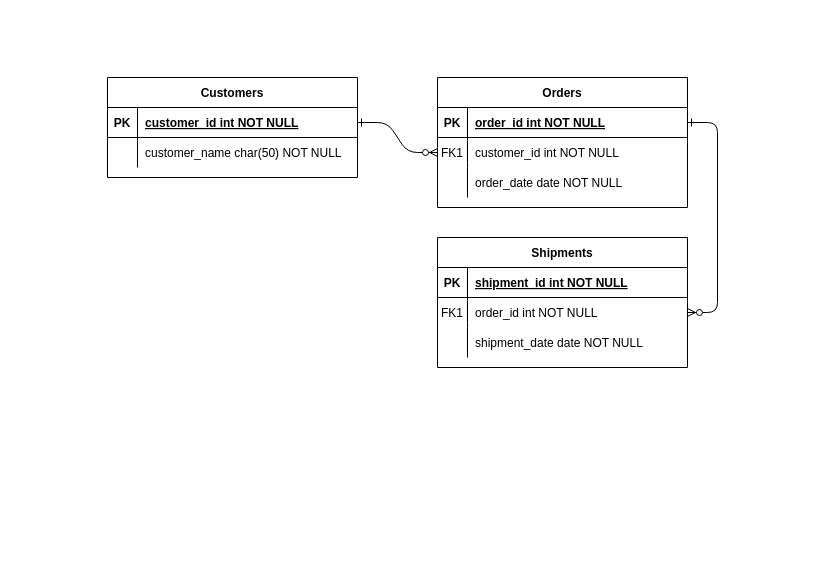
This is Untitled Diagram.drawio from mzahidh/LatihanGit, a draw.io file, before an edit. Source tidied: cells renumbered, new cells numbered last; positions are measured from the earlier drawing's top-left corner, leaving out a move shared by most shapes. Both pictures are drawn from the tidied source at 100%, with x=0, y=0 at pixel (107, 77).
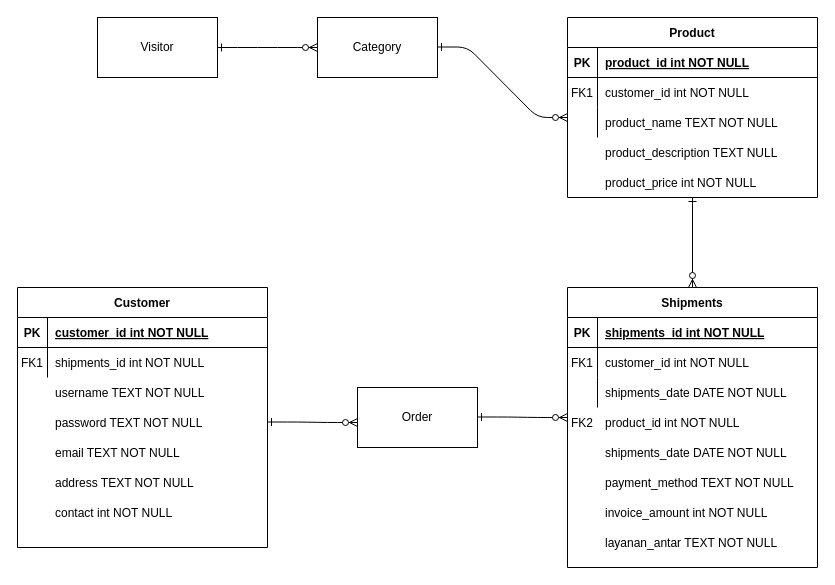
After the change.

The change refers to these unchanged cells:
```xml
<mxCell id="5" style="shape=partialRectangle;fillColor=none;points=[[0,0.5],[1,0.5]];portConstraint=eastwest;top=0;left=0;right=0;bottom=1;" parent="4" vertex="1">
  <mxGeometry y="30" width="250" height="30" as="geometry" />
</mxCell>
<mxCell id="8" style="shape=partialRectangle;fillColor=none;points=[[0,0.5],[1,0.5]];portConstraint=eastwest;top=0;left=0;right=0;bottom=0;" parent="4" vertex="1">
  <mxGeometry y="60" width="250" height="30" as="geometry" />
</mxCell>
<mxCell id="11" style="shape=partialRectangle;fillColor=none;top=0;left=0;right=0;bottom=0;" parent="4" vertex="1">
  <mxGeometry y="90" width="250" height="30" as="geometry" />
</mxCell>
<mxCell id="15" style="shape=partialRectangle;fillColor=none;top=0;left=0;right=0;bottom=1;" parent="14" vertex="1">
  <mxGeometry y="30" width="250" height="30" as="geometry" />
</mxCell>
<mxCell id="18" style="shape=partialRectangle;fillColor=none;points=[[0,0.5],[1,0.5]];portConstraint=eastwest;top=0;left=0;right=0;bottom=0;" parent="14" vertex="1">
  <mxGeometry y="60" width="250" height="30" as="geometry" />
</mxCell>
<mxCell id="21" style="shape=partialRectangle;fillColor=none;top=0;left=0;right=0;bottom=0;" parent="14" vertex="1">
  <mxGeometry y="90" width="250" height="30" as="geometry" />
</mxCell>
<mxCell id="25" style="shape=partialRectangle;fillColor=none;points=[[0,0.5],[1,0.5]];portConstraint=eastwest;top=0;left=0;right=0;bottom=1;" parent="24" vertex="1">
  <mxGeometry y="30" width="250" height="30" as="geometry" />
</mxCell>
<mxCell id="28" style="shape=partialRectangle;fillColor=none;top=0;left=0;right=0;bottom=0;" parent="24" vertex="1">
  <mxGeometry y="60" width="250" height="30" as="geometry" />
</mxCell>
```

Diff of the diagram source:
```diff
@@
-    <mxCell id="2" style="edgeStyle=entityRelationEdgeStyle;endArrow=ERzeroToMany;startArrow=ERone;endFill=1;startFill=0;" parent="1" edge="1" source="25" target="8">
-      <mxGeometry relative="1" as="geometry" />
-    </mxCell>
-    <mxCell id="3" style="edgeStyle=entityRelationEdgeStyle;endArrow=ERzeroToMany;startArrow=ERone;endFill=1;startFill=0;" parent="1" edge="1" source="5" target="18">
-      <mxGeometry relative="1" as="geometry" />
-    </mxCell>
+    <mxCell id="31" value="Visitor" style="rounded=0;whiteSpace=wrap;html=1;" parent="1" vertex="1">
+      <mxGeometry x="-10" y="-60" width="120" height="60" as="geometry" />
+    </mxCell>
+    <mxCell id="32" value="Category" style="rounded=0;whiteSpace=wrap;html=1;" parent="1" vertex="1">
+      <mxGeometry x="210" y="-60" width="120" height="60" as="geometry" />
+    </mxCell>
+    <mxCell id="33" style="edgeStyle=entityRelationEdgeStyle;endArrow=ERzeroToMany;startArrow=ERone;endFill=1;startFill=0;entryX=0;entryY=0.5;entryDx=0;entryDy=0;" parent="1" edge="1" target="32">
+      <mxGeometry relative="1" as="geometry">
+        <mxPoint x="110" y="-30" as="sourcePoint" />
+      </mxGeometry>
+    </mxCell>
+    <mxCell id="34" value="product_description TEXT NULL" style="shape=partialRectangle;overflow=hidden;fillColor=none;top=0;left=0;bottom=0;right=0;align=left;spacingLeft=6;" parent="1" vertex="1">
+      <mxGeometry x="490" y="60" width="220" height="30" as="geometry" />
+    </mxCell>
+    <mxCell id="35" value="product_price int NOT NULL" style="shape=partialRectangle;overflow=hidden;fillColor=none;top=0;left=0;bottom=0;right=0;align=left;spacingLeft=6;" parent="1" vertex="1">
+      <mxGeometry x="490" y="90" width="220" height="30" as="geometry" />
+    </mxCell>
+    <mxCell id="36" style="edgeStyle=entityRelationEdgeStyle;endArrow=ERzeroToMany;startArrow=ERone;endFill=1;startFill=0;" parent="1" edge="1">
+      <mxGeometry relative="1" as="geometry">
+        <mxPoint x="330" y="-30.5" as="sourcePoint" />
+        <mxPoint x="460" y="40" as="targetPoint" />
+      </mxGeometry>
+    </mxCell>
-    <mxCell id="4" value="Orders" style="shape=table;startSize=30;childLayout=tableLayout;rowLines=0;fontStyle=1;align=center;" parent="1" vertex="1">
-      <mxGeometry x="330" width="250" height="130" as="geometry" />
+    <mxCell id="4" value="Product" style="shape=table;startSize=30;childLayout=tableLayout;rowLines=0;fontStyle=1;align=center;" parent="1" vertex="1">
+      <mxGeometry x="460" y="-60" width="250" height="180" as="geometry" />
     </mxCell>
@@
-    <mxCell id="7" value="order_id int NOT NULL " style="shape=partialRectangle;overflow=hidden;fillColor=none;top=0;left=0;bottom=0;right=0;align=left;spacingLeft=6;fontStyle=5;" parent="5" vertex="1">
+    <mxCell id="7" value="product_id int NOT NULL " style="shape=partialRectangle;overflow=hidden;fillColor=none;top=0;left=0;bottom=0;right=0;align=left;spacingLeft=6;fontStyle=5;" parent="5" vertex="1">
       <mxGeometry x="30" width="220" height="30" as="geometry" />
     </mxCell>
@@
-    <mxCell id="13" value="order_date date NOT NULL" style="shape=partialRectangle;overflow=hidden;fillColor=none;top=0;left=0;bottom=0;right=0;align=left;spacingLeft=6;" parent="11" vertex="1">
+    <mxCell id="13" value="product_name TEXT NOT NULL" style="shape=partialRectangle;overflow=hidden;fillColor=none;top=0;left=0;bottom=0;right=0;align=left;spacingLeft=6;" parent="11" vertex="1">
       <mxGeometry x="30" width="220" height="30" as="geometry" />
     </mxCell>
+    <mxCell id="3" style="endArrow=ERzeroToMany;startArrow=ERone;endFill=1;startFill=0;elbow=vertical;exitX=0.5;exitY=1;exitDx=0;exitDy=0;" parent="4" edge="1" source="4">
+      <mxGeometry relative="1" as="geometry">
+        <mxPoint x="125" y="270" as="targetPoint" />
+      </mxGeometry>
+    </mxCell>
     <mxCell id="14" value="Shipments" style="shape=table;startSize=30;childLayout=tableLayout;rowLines=0;fontStyle=1;align=center;" parent="1" vertex="1">
-      <mxGeometry x="330" y="160" width="250" height="130" as="geometry" />
+      <mxGeometry x="460" y="210" width="250" height="280" as="geometry" />
     </mxCell>
@@
-    <mxCell id="17" value="shipment_id int NOT NULL " style="shape=partialRectangle;overflow=hidden;fillColor=none;top=0;left=0;bottom=0;right=0;align=left;spacingLeft=6;fontStyle=5;" parent="15" vertex="1">
-      <mxGeometry x="30" width="220" height="30" as="geometry" />
-    </mxCell>
+    <mxCell id="37" value="shipments_id int NOT NULL " style="shape=partialRectangle;overflow=hidden;fillColor=none;top=0;left=0;bottom=0;right=0;align=left;spacingLeft=6;fontStyle=5;" parent="15" vertex="1">
+      <mxGeometry x="30" width="220" height="30" as="geometry" />
+    </mxCell>
@@
-    <mxCell id="20" value="order_id int NOT NULL" style="shape=partialRectangle;overflow=hidden;fillColor=none;top=0;left=0;bottom=0;right=0;align=left;spacingLeft=6;" parent="18" vertex="1">
-      <mxGeometry x="30" width="220" height="30" as="geometry" />
-    </mxCell>
+    <mxCell id="38" value="customer_id int NOT NULL" style="shape=partialRectangle;overflow=hidden;fillColor=none;top=0;left=0;bottom=0;right=0;align=left;spacingLeft=6;" parent="18" vertex="1">
+      <mxGeometry x="30" width="220" height="30" as="geometry" />
+    </mxCell>
@@
-    <mxCell id="23" value="shipment_date date NOT NULL" style="shape=partialRectangle;overflow=hidden;fillColor=none;top=0;left=0;bottom=0;right=0;align=left;spacingLeft=6;" parent="21" vertex="1">
-      <mxGeometry x="30" width="220" height="30" as="geometry" />
-    </mxCell>
+    <mxCell id="39" value="shipments_date DATE NOT NULL" style="shape=partialRectangle;overflow=hidden;fillColor=none;top=0;left=0;bottom=0;right=0;align=left;spacingLeft=6;" parent="21" vertex="1">
+      <mxGeometry x="30" width="220" height="30" as="geometry" />
+    </mxCell>
+    <mxCell id="40" value="product_id int NOT NULL" style="shape=partialRectangle;overflow=hidden;fillColor=none;top=0;left=0;bottom=0;right=0;align=left;spacingLeft=6;" parent="1" vertex="1">
+      <mxGeometry x="490" y="330" width="220" height="30" as="geometry" />
+    </mxCell>
+    <mxCell id="41" value="FK2" style="shape=partialRectangle;overflow=hidden;fillColor=none;top=0;left=0;bottom=0;right=0;" parent="1" vertex="1">
+      <mxGeometry x="460" y="330" width="30" height="30" as="geometry" />
+    </mxCell>
+    <mxCell id="42" value="shipments_date DATE NOT NULL" style="shape=partialRectangle;overflow=hidden;fillColor=none;top=0;left=0;bottom=0;right=0;align=left;spacingLeft=6;" parent="1" vertex="1">
+      <mxGeometry x="490" y="360" width="220" height="30" as="geometry" />
+    </mxCell>
+    <mxCell id="43" value="payment_method TEXT NOT NULL" style="shape=partialRectangle;overflow=hidden;fillColor=none;top=0;left=0;bottom=0;right=0;align=left;spacingLeft=6;" parent="1" vertex="1">
+      <mxGeometry x="490" y="390" width="220" height="30" as="geometry" />
+    </mxCell>
+    <mxCell id="44" value="invoice_amount int NOT NULL" style="shape=partialRectangle;overflow=hidden;fillColor=none;top=0;left=0;bottom=0;right=0;align=left;spacingLeft=6;" parent="1" vertex="1">
+      <mxGeometry x="490" y="420" width="220" height="30" as="geometry" />
+    </mxCell>
+    <mxCell id="45" value="layanan_antar TEXT NOT NULL" style="shape=partialRectangle;overflow=hidden;fillColor=none;top=0;left=0;bottom=0;right=0;align=left;spacingLeft=6;" parent="1" vertex="1">
+      <mxGeometry x="490" y="450" width="220" height="30" as="geometry" />
+    </mxCell>
+    <mxCell id="46" value="Order" style="rounded=0;whiteSpace=wrap;html=1;" parent="1" vertex="1">
+      <mxGeometry x="250" y="310" width="120" height="60" as="geometry" />
+    </mxCell>
+    <mxCell id="47" value="FK1" style="shape=partialRectangle;overflow=hidden;fillColor=none;top=0;left=0;bottom=0;right=0;" parent="1" vertex="1">
+      <mxGeometry x="-90" y="270" width="30" height="30" as="geometry" />
+    </mxCell>
-    <mxCell id="24" value="Customers" style="shape=table;startSize=30;childLayout=tableLayout;rowLines=0;fontStyle=1;align=center;" parent="1" vertex="1">
-      <mxGeometry width="250" height="100" as="geometry" />
+    <mxCell id="24" value="Customer" style="shape=table;startSize=30;childLayout=tableLayout;rowLines=0;fontStyle=1;align=center;" parent="1" vertex="1">
+      <mxGeometry x="-90" y="210" width="250" height="260" as="geometry" />
     </mxCell>
@@
-    <mxCell id="30" value="customer_name char(50) NOT NULL" style="shape=partialRectangle;overflow=hidden;fillColor=none;top=0;left=0;bottom=0;right=0;align=left;spacingLeft=6;" parent="28" vertex="1">
+    <mxCell id="30" value="shipments_id int NOT NULL" style="shape=partialRectangle;overflow=hidden;fillColor=none;top=0;left=0;bottom=0;right=0;align=left;spacingLeft=6;" parent="28" vertex="1">
       <mxGeometry x="30" width="220" height="30" as="geometry" />
     </mxCell>
+    <mxCell id="48" value="username TEXT NOT NULL" style="shape=partialRectangle;overflow=hidden;fillColor=none;top=0;left=0;bottom=0;right=0;align=left;spacingLeft=6;" parent="1" vertex="1">
+      <mxGeometry x="-60" y="300" width="220" height="30" as="geometry" />
+    </mxCell>
+    <mxCell id="49" value="password TEXT NOT NULL" style="shape=partialRectangle;overflow=hidden;fillColor=none;top=0;left=0;bottom=0;right=0;align=left;spacingLeft=6;" parent="1" vertex="1">
+      <mxGeometry x="-60" y="330" width="220" height="30" as="geometry" />
+    </mxCell>
+    <mxCell id="50" value="email TEXT NOT NULL" style="shape=partialRectangle;overflow=hidden;fillColor=none;top=0;left=0;bottom=0;right=0;align=left;spacingLeft=6;" parent="1" vertex="1">
+      <mxGeometry x="-60" y="360" width="220" height="30" as="geometry" />
+    </mxCell>
+    <mxCell id="51" value="address TEXT NOT NULL" style="shape=partialRectangle;overflow=hidden;fillColor=none;top=0;left=0;bottom=0;right=0;align=left;spacingLeft=6;" parent="1" vertex="1">
+      <mxGeometry x="-60" y="390" width="220" height="30" as="geometry" />
+    </mxCell>
+    <mxCell id="52" value="contact int NOT NULL" style="shape=partialRectangle;overflow=hidden;fillColor=none;top=0;left=0;bottom=0;right=0;align=left;spacingLeft=6;" parent="1" vertex="1">
+      <mxGeometry x="-60" y="420" width="220" height="30" as="geometry" />
+    </mxCell>
+    <mxCell id="53" style="edgeStyle=entityRelationEdgeStyle;endArrow=ERzeroToMany;startArrow=ERone;endFill=1;startFill=0;" parent="1" edge="1">
+      <mxGeometry relative="1" as="geometry">
+        <mxPoint x="160" y="344.5" as="sourcePoint" />
+        <mxPoint x="250" y="345" as="targetPoint" />
+      </mxGeometry>
+    </mxCell>
+    <mxCell id="54" style="edgeStyle=entityRelationEdgeStyle;endArrow=ERzeroToMany;startArrow=ERone;endFill=1;startFill=0;" parent="1" edge="1">
+      <mxGeometry relative="1" as="geometry">
+        <mxPoint x="370" y="339.5" as="sourcePoint" />
+        <mxPoint x="460" y="340" as="targetPoint" />
+      </mxGeometry>
+    </mxCell>
```
